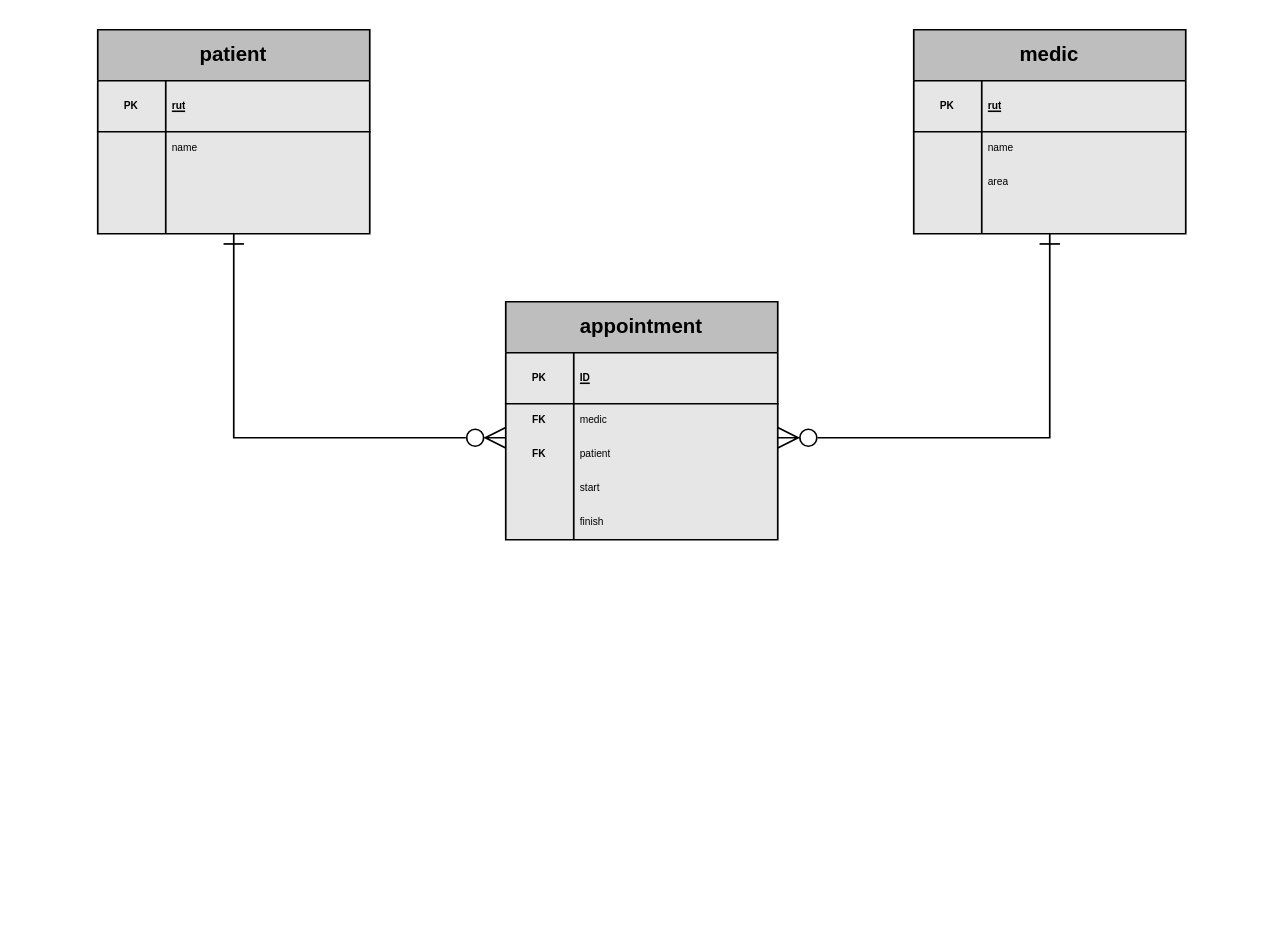
The draw.io diagram docs/database.drawio in marCRACK29/Proyecto-IS, before the edit. Source tidied: cells renumbered, new cells numbered last; positions are measured from the earlier drawing's top-left corner, leaving out a move shared by most shapes. Both pictures are drawn from the tidied source at 170%, with x=0, y=0 at pixel (97, 29).
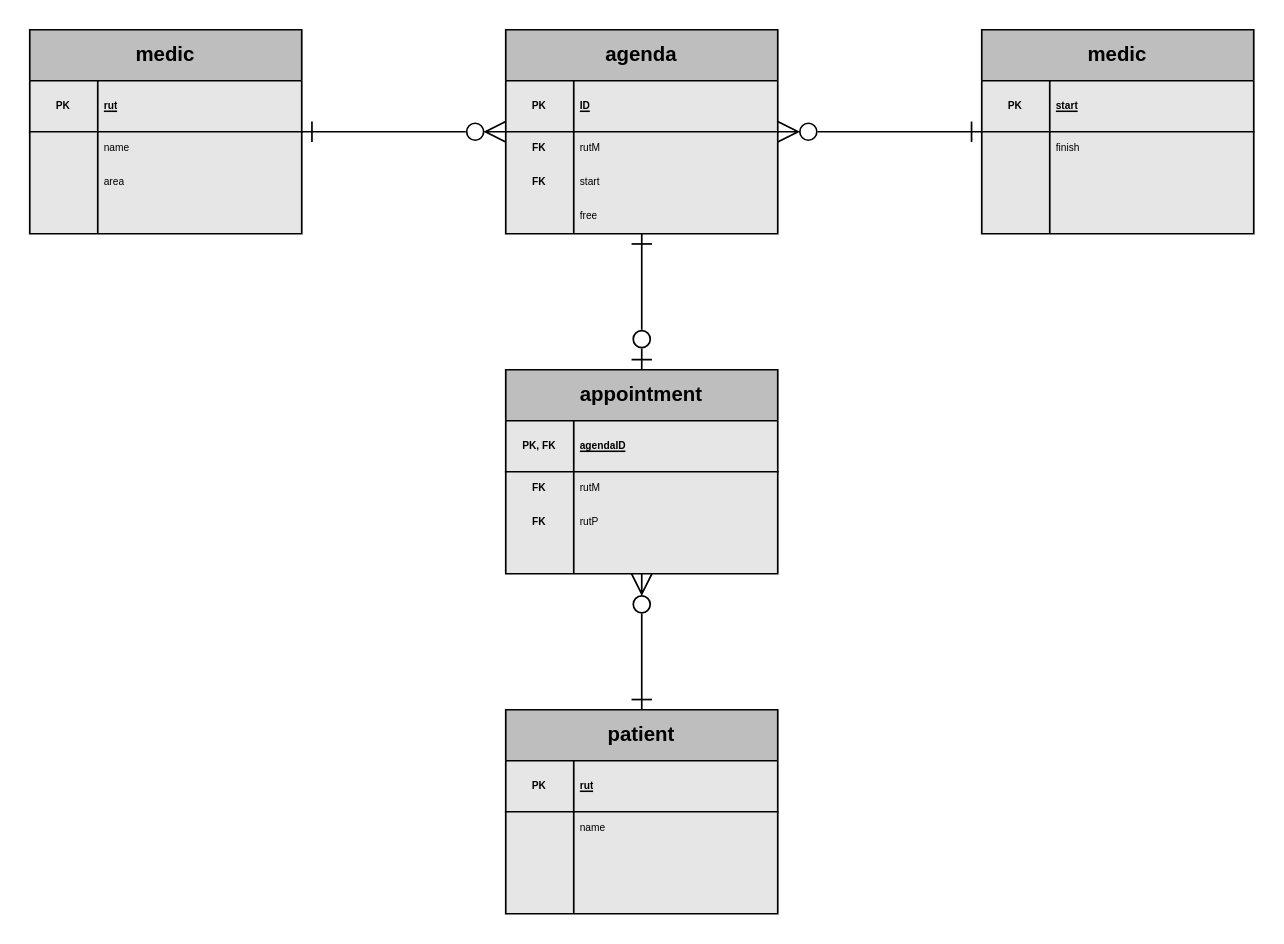
Above is the later version.

Unchanged cells that the change refers to:
```xml
<mxCell id="33" style="shape=tableRow;horizontal=0;startSize=0;swimlaneHead=0;swimlaneBody=0;fillColor=none;top=0;left=0;right=0;bottom=0;html=1;fontFamily=Source Sans Pro;fontSize=50;" parent="29" vertex="1">
  <mxGeometry y="60" width="160" height="20" as="geometry" />
</mxCell>
<mxCell id="36" style="shape=tableRow;horizontal=0;startSize=0;swimlaneHead=0;swimlaneBody=0;fillColor=none;top=0;left=0;right=0;bottom=0;html=1;fontFamily=Source Sans Pro;fontSize=50;" parent="29" vertex="1">
  <mxGeometry y="80" width="160" height="20" as="geometry" />
</mxCell>
<mxCell id="39" style="shape=tableRow;horizontal=0;startSize=0;swimlaneHead=0;swimlaneBody=0;fillColor=none;top=0;left=0;right=0;bottom=0;html=1;fontFamily=Source Sans Pro;fontSize=50;" parent="29" vertex="1">
  <mxGeometry y="100" width="160" height="20" as="geometry" />
</mxCell>
```

Diff of the diagram source:
```diff
@@
-    <mxCell id="2" style="endArrow=ERzeroToMany;html=1;rounded=0;endSize=10;startArrow=ERone;startFill=0;endFill=0;startSize=10;jumpSize=5;fontFamily=Source Code Pro;fontSize=50;edgeStyle=orthogonalEdgeStyle;" parent="1" edge="1" source="3" target="29">
-      <mxGeometry relative="1" as="geometry">
-        <Array as="points">
-          <mxPoint x="80" y="240" />
-        </Array>
-      </mxGeometry>
+    <mxCell id="2" style="endArrow=ERzeroToMany;html=1;rounded=0;endSize=10;startArrow=ERone;startFill=0;endFill=0;startSize=10;jumpSize=5;fontFamily=Source Code Pro;fontSize=50;edgeStyle=orthogonalEdgeStyle;" parent="1" edge="1" source="3" target="59">
+      <mxGeometry relative="1" as="geometry" />
     </mxCell>
     <mxCell id="3" value="patient" style="shape=table;startSize=30;childLayout=tableLayout;rowLines=0;fontStyle=1;align=center;html=1;whiteSpace=wrap;fontFamily=Source Sans Pro;verticalAlign=middle;fillStyle=solid;fillColor=#BEBEBE;swimlaneFillColor=#E6E6E6;" parent="1" vertex="1">
-      <mxGeometry width="160" height="120" as="geometry" />
+      <mxGeometry x="240" y="400" width="160" height="120" as="geometry" />
     </mxCell>
@@
     <mxCell id="16" value="medic" style="shape=table;startSize=30;childLayout=tableLayout;rowLines=0;fontStyle=1;align=center;html=1;whiteSpace=wrap;fontFamily=Source Sans Pro;verticalAlign=middle;fillStyle=solid;fillColor=#BEBEBE;swimlaneFillColor=#E6E6E6;" parent="1" vertex="1">
-      <mxGeometry x="480" width="160" height="120" as="geometry" />
+      <mxGeometry x="-40" width="160" height="120" as="geometry" />
     </mxCell>
@@
-    <mxCell id="29" value="appointment" style="shape=table;startSize=30;childLayout=tableLayout;rowLines=0;fontStyle=1;align=center;html=1;whiteSpace=wrap;fontFamily=Source Sans Pro;verticalAlign=middle;fillStyle=solid;fillColor=#BEBEBE;swimlaneFillColor=#E6E6E6;" parent="1" vertex="1">
-      <mxGeometry x="240" y="160" width="160" height="140" as="geometry" />
+    <mxCell id="29" value="agenda" style="shape=table;startSize=30;childLayout=tableLayout;rowLines=0;fontStyle=1;align=center;html=1;whiteSpace=wrap;fontFamily=Source Sans Pro;verticalAlign=middle;fillStyle=solid;fillColor=#BEBEBE;swimlaneFillColor=#E6E6E6;" parent="1" vertex="1">
+      <mxGeometry x="240" width="160" height="120" as="geometry" />
     </mxCell>
@@
-    <mxCell id="35" value="medic" style="shape=partialRectangle;fillColor=none;top=0;left=0;bottom=0;right=0;align=left;spacingLeft=2;overflow=hidden;html=1;whiteSpace=wrap;fontFamily=Source Code Pro;fontSize=6;strokeColor=inherit;spacingRight=2;" parent="33" vertex="1">
+    <mxCell id="35" value="rutM" style="shape=partialRectangle;fillColor=none;top=0;left=0;bottom=0;right=0;align=left;spacingLeft=2;overflow=hidden;html=1;whiteSpace=wrap;fontFamily=Source Code Pro;fontSize=6;strokeColor=inherit;spacingRight=2;" parent="33" vertex="1">
       <mxGeometry x="40" width="120" height="20" as="geometry" />
     </mxCell>
@@
-    <mxCell id="38" value="patient" style="shape=partialRectangle;fillColor=none;top=0;left=0;bottom=0;right=0;align=left;spacingLeft=2;overflow=hidden;html=1;whiteSpace=wrap;fontFamily=Source Code Pro;fontSize=6;strokeColor=inherit;spacingRight=2;" parent="36" vertex="1">
+    <mxCell id="38" value="start" style="shape=partialRectangle;fillColor=none;top=0;left=0;bottom=0;right=0;align=left;spacingLeft=2;overflow=hidden;html=1;whiteSpace=wrap;fontFamily=Source Code Pro;fontSize=6;strokeColor=inherit;spacingRight=2;" parent="36" vertex="1">
       <mxGeometry x="40" width="120" height="20" as="geometry" />
     </mxCell>
@@
-    <mxCell id="41" value="start" style="shape=partialRectangle;fillColor=none;top=0;left=0;bottom=0;right=0;align=left;spacingLeft=2;overflow=hidden;html=1;whiteSpace=wrap;fontFamily=Source Code Pro;fontSize=6;strokeColor=inherit;spacingRight=2;" parent="39" vertex="1">
+    <mxCell id="41" value="free" style="shape=partialRectangle;fillColor=none;top=0;left=0;bottom=0;right=0;align=left;spacingLeft=2;overflow=hidden;html=1;whiteSpace=wrap;fontFamily=Source Code Pro;fontSize=6;strokeColor=inherit;spacingRight=2;" parent="39" vertex="1">
       <mxGeometry x="40" width="120" height="20" as="geometry" />
     </mxCell>
-    <mxCell id="42" style="shape=tableRow;horizontal=0;startSize=0;swimlaneHead=0;swimlaneBody=0;fillColor=none;top=0;left=0;right=0;bottom=0;html=1;fontFamily=Source Sans Pro;fontSize=50;" parent="29" vertex="1">
-      <mxGeometry y="120" width="160" height="20" as="geometry" />
-    </mxCell>
-    <mxCell id="43" style="shape=partialRectangle;fillColor=none;top=0;left=0;bottom=0;right=0;overflow=hidden;html=1;whiteSpace=wrap;fontFamily=Source Code Pro;fontSize=6;strokeColor=inherit;" parent="42" vertex="1">
-      <mxGeometry width="40" height="20" as="geometry" />
-    </mxCell>
+    <mxCell id="45" style="endArrow=ERzeroToMany;html=1;rounded=0;endSize=10;startArrow=ERone;startFill=0;endFill=0;startSize=10;jumpSize=5;fontFamily=Source Code Pro;fontSize=50;edgeStyle=orthogonalEdgeStyle;" parent="1" edge="1" source="16" target="29">
+      <mxGeometry relative="1" as="geometry">
+        <Array as="points">
+          <mxPoint x="320" y="60" />
+        </Array>
+      </mxGeometry>
+    </mxCell>
+    <mxCell id="46" value="medic" style="shape=table;startSize=30;childLayout=tableLayout;rowLines=0;fontStyle=1;align=center;html=1;whiteSpace=wrap;fontFamily=Source Sans Pro;verticalAlign=middle;fillStyle=solid;fillColor=#BEBEBE;swimlaneFillColor=#E6E6E6;" parent="1" vertex="1">
+      <mxGeometry x="520" width="160" height="120" as="geometry" />
+    </mxCell>
+    <mxCell id="47" style="shape=tableRow;horizontal=0;startSize=0;swimlaneHead=0;swimlaneBody=0;fillColor=none;top=0;left=0;right=0;bottom=1;html=1;fontFamily=Source Sans Pro;fontSize=50;" parent="46" vertex="1">
+      <mxGeometry y="30" width="160" height="30" as="geometry" />
+    </mxCell>
+    <mxCell id="48" value="PK" style="shape=partialRectangle;fillColor=none;top=0;left=0;bottom=0;right=0;fontStyle=1;overflow=hidden;html=1;whiteSpace=wrap;fontFamily=Source Code Pro;fontSize=6;strokeColor=inherit;" parent="47" vertex="1">
+      <mxGeometry width="40" height="30" as="geometry" />
+    </mxCell>
+    <mxCell id="49" value="start" style="shape=partialRectangle;fillColor=none;top=0;left=0;bottom=0;right=0;align=left;spacingLeft=2;fontStyle=5;overflow=hidden;html=1;whiteSpace=wrap;fontFamily=Source Code Pro;fontSize=6;strokeColor=inherit;spacingRight=2;" parent="47" vertex="1">
+      <mxGeometry x="40" width="120" height="30" as="geometry" />
+    </mxCell>
+    <mxCell id="50" style="shape=tableRow;horizontal=0;startSize=0;swimlaneHead=0;swimlaneBody=0;fillColor=none;top=0;left=0;right=0;bottom=0;html=1;fontFamily=Source Sans Pro;fontSize=50;" parent="46" vertex="1">
+      <mxGeometry y="60" width="160" height="20" as="geometry" />
+    </mxCell>
+    <mxCell id="51" style="shape=partialRectangle;fillColor=none;top=0;left=0;bottom=0;right=0;overflow=hidden;html=1;whiteSpace=wrap;fontFamily=Source Code Pro;fontSize=6;strokeColor=inherit;" parent="50" vertex="1">
+      <mxGeometry width="40" height="20" as="geometry" />
+    </mxCell>
-    <mxCell id="44" value="finish" style="shape=partialRectangle;fillColor=none;top=0;left=0;bottom=0;right=0;align=left;spacingLeft=2;overflow=hidden;html=1;whiteSpace=wrap;fontFamily=Source Code Pro;fontSize=6;strokeColor=inherit;spacingRight=2;" parent="42" vertex="1">
+    <mxCell id="44" value="finish" style="shape=partialRectangle;fillColor=none;top=0;left=0;bottom=0;right=0;align=left;spacingLeft=2;overflow=hidden;html=1;whiteSpace=wrap;fontFamily=Source Code Pro;fontSize=6;strokeColor=inherit;spacingRight=2;" parent="50" vertex="1">
       <mxGeometry x="40" width="120" height="20" as="geometry" />
     </mxCell>
-    <mxCell id="45" style="endArrow=ERzeroToMany;html=1;rounded=0;endSize=10;startArrow=ERone;startFill=0;endFill=0;startSize=10;jumpSize=5;fontFamily=Source Code Pro;fontSize=50;edgeStyle=orthogonalEdgeStyle;" parent="1" edge="1" source="16" target="29">
-      <mxGeometry relative="1" as="geometry">
-        <Array as="points">
-          <mxPoint x="560" y="240" />
-        </Array>
-      </mxGeometry>
-    </mxCell>
+    <mxCell id="52" style="shape=tableRow;horizontal=0;startSize=0;swimlaneHead=0;swimlaneBody=0;fillColor=none;top=0;left=0;right=0;bottom=0;html=1;fontFamily=Source Sans Pro;fontSize=50;" parent="46" vertex="1">
+      <mxGeometry y="80" width="160" height="20" as="geometry" />
+    </mxCell>
+    <mxCell id="53" style="shape=partialRectangle;fillColor=none;top=0;left=0;bottom=0;right=0;overflow=hidden;html=1;whiteSpace=wrap;fontFamily=Source Code Pro;fontSize=6;strokeColor=inherit;" parent="52" vertex="1">
+      <mxGeometry width="40" height="20" as="geometry" />
+    </mxCell>
+    <mxCell id="54" style="shape=partialRectangle;fillColor=none;top=0;left=0;bottom=0;right=0;align=left;spacingLeft=2;overflow=hidden;html=1;whiteSpace=wrap;fontFamily=Source Code Pro;fontSize=6;strokeColor=inherit;spacingRight=2;" parent="52" vertex="1">
+      <mxGeometry x="40" width="120" height="20" as="geometry" />
+    </mxCell>
+    <mxCell id="55" style="shape=tableRow;horizontal=0;startSize=0;swimlaneHead=0;swimlaneBody=0;fillColor=none;top=0;left=0;right=0;bottom=0;html=1;fontFamily=Source Sans Pro;fontSize=50;" parent="46" vertex="1">
+      <mxGeometry y="100" width="160" height="20" as="geometry" />
+    </mxCell>
+    <mxCell id="56" style="shape=partialRectangle;fillColor=none;top=0;left=0;bottom=0;right=0;overflow=hidden;html=1;whiteSpace=wrap;fontFamily=Source Code Pro;fontSize=6;strokeColor=inherit;" parent="55" vertex="1">
+      <mxGeometry width="40" height="20" as="geometry" />
+    </mxCell>
+    <mxCell id="57" style="shape=partialRectangle;fillColor=none;top=0;left=0;bottom=0;right=0;align=left;spacingLeft=2;overflow=hidden;html=1;whiteSpace=wrap;fontFamily=Source Code Pro;fontSize=6;strokeColor=inherit;spacingRight=2;" parent="55" vertex="1">
+      <mxGeometry x="40" width="120" height="20" as="geometry" />
+    </mxCell>
+    <mxCell id="58" style="endArrow=ERzeroToMany;html=1;rounded=0;endSize=10;startArrow=ERone;startFill=0;endFill=0;startSize=10;jumpSize=5;fontFamily=Source Code Pro;fontSize=50;edgeStyle=orthogonalEdgeStyle;" parent="1" edge="1" source="46" target="29">
+      <mxGeometry relative="1" as="geometry" />
+    </mxCell>
+    <mxCell id="59" value="appointment" style="shape=table;startSize=30;childLayout=tableLayout;rowLines=0;fontStyle=1;align=center;html=1;whiteSpace=wrap;fontFamily=Source Sans Pro;verticalAlign=middle;fillStyle=solid;fillColor=#BEBEBE;swimlaneFillColor=#E6E6E6;" parent="1" vertex="1">
+      <mxGeometry x="240" y="200" width="160" height="120" as="geometry" />
+    </mxCell>
+    <mxCell id="60" style="shape=tableRow;horizontal=0;startSize=0;swimlaneHead=0;swimlaneBody=0;fillColor=none;top=0;left=0;right=0;bottom=1;html=1;fontFamily=Source Sans Pro;fontSize=50;" parent="59" vertex="1">
+      <mxGeometry y="30" width="160" height="30" as="geometry" />
+    </mxCell>
+    <mxCell id="61" value="PK, FK" style="shape=partialRectangle;fillColor=none;top=0;left=0;bottom=0;right=0;fontStyle=1;overflow=hidden;html=1;whiteSpace=wrap;fontFamily=Source Code Pro;fontSize=6;strokeColor=inherit;" parent="60" vertex="1">
+      <mxGeometry width="40" height="30" as="geometry" />
+    </mxCell>
+    <mxCell id="62" value="agendaID" style="shape=partialRectangle;fillColor=none;top=0;left=0;bottom=0;right=0;align=left;spacingLeft=2;fontStyle=5;overflow=hidden;html=1;whiteSpace=wrap;fontFamily=Source Code Pro;fontSize=6;strokeColor=inherit;spacingRight=2;" parent="60" vertex="1">
+      <mxGeometry x="40" width="120" height="30" as="geometry" />
+    </mxCell>
+    <mxCell id="63" style="shape=tableRow;horizontal=0;startSize=0;swimlaneHead=0;swimlaneBody=0;fillColor=none;top=0;left=0;right=0;bottom=0;html=1;fontFamily=Source Sans Pro;fontSize=50;" parent="59" vertex="1">
+      <mxGeometry y="60" width="160" height="20" as="geometry" />
+    </mxCell>
+    <mxCell id="64" value="&lt;b&gt;FK&lt;/b&gt;" style="shape=partialRectangle;fillColor=none;top=0;left=0;bottom=0;right=0;overflow=hidden;html=1;whiteSpace=wrap;fontFamily=Source Code Pro;fontSize=6;strokeColor=inherit;" parent="63" vertex="1">
+      <mxGeometry width="40" height="20" as="geometry" />
+    </mxCell>
+    <mxCell id="65" value="rutM" style="shape=partialRectangle;fillColor=none;top=0;left=0;bottom=0;right=0;align=left;spacingLeft=2;overflow=hidden;html=1;whiteSpace=wrap;fontFamily=Source Code Pro;fontSize=6;strokeColor=inherit;spacingRight=2;" parent="63" vertex="1">
+      <mxGeometry x="40" width="120" height="20" as="geometry" />
+    </mxCell>
+    <mxCell id="66" style="shape=tableRow;horizontal=0;startSize=0;swimlaneHead=0;swimlaneBody=0;fillColor=none;top=0;left=0;right=0;bottom=0;html=1;fontFamily=Source Sans Pro;fontSize=50;" parent="59" vertex="1">
+      <mxGeometry y="80" width="160" height="20" as="geometry" />
+    </mxCell>
+    <mxCell id="67" value="&lt;b&gt;FK&lt;/b&gt;" style="shape=partialRectangle;fillColor=none;top=0;left=0;bottom=0;right=0;overflow=hidden;html=1;whiteSpace=wrap;fontFamily=Source Code Pro;fontSize=6;strokeColor=inherit;" parent="66" vertex="1">
+      <mxGeometry width="40" height="20" as="geometry" />
+    </mxCell>
+    <mxCell id="68" value="rutP" style="shape=partialRectangle;fillColor=none;top=0;left=0;bottom=0;right=0;align=left;spacingLeft=2;overflow=hidden;html=1;whiteSpace=wrap;fontFamily=Source Code Pro;fontSize=6;strokeColor=inherit;spacingRight=2;" parent="66" vertex="1">
+      <mxGeometry x="40" width="120" height="20" as="geometry" />
+    </mxCell>
+    <mxCell id="69" style="shape=tableRow;horizontal=0;startSize=0;swimlaneHead=0;swimlaneBody=0;fillColor=none;top=0;left=0;right=0;bottom=0;html=1;fontFamily=Source Sans Pro;fontSize=50;" parent="59" vertex="1">
+      <mxGeometry y="100" width="160" height="20" as="geometry" />
+    </mxCell>
+    <mxCell id="70" style="shape=partialRectangle;fillColor=none;top=0;left=0;bottom=0;right=0;overflow=hidden;html=1;whiteSpace=wrap;fontFamily=Source Code Pro;fontSize=6;strokeColor=inherit;" parent="69" vertex="1">
+      <mxGeometry width="40" height="20" as="geometry" />
+    </mxCell>
+    <mxCell id="71" style="shape=partialRectangle;fillColor=none;top=0;left=0;bottom=0;right=0;align=left;spacingLeft=2;overflow=hidden;html=1;whiteSpace=wrap;fontFamily=Source Code Pro;fontSize=6;strokeColor=inherit;spacingRight=2;" parent="69" vertex="1">
+      <mxGeometry x="40" width="120" height="20" as="geometry" />
+    </mxCell>
+    <mxCell id="72" style="endArrow=ERzeroToOne;html=1;rounded=0;endSize=10;startArrow=ERone;startFill=0;endFill=0;startSize=10;jumpSize=5;fontFamily=Source Code Pro;fontSize=50;edgeStyle=orthogonalEdgeStyle;" parent="1" edge="1" source="29" target="59">
+      <mxGeometry relative="1" as="geometry" />
+    </mxCell>
```
